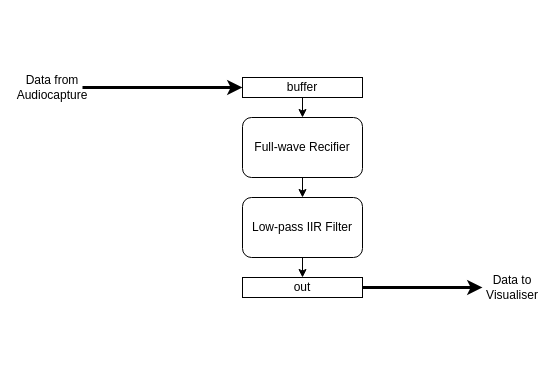
The draw.io diagram assets/Data Flow.drawio in rt5-tp/envelope_following, before the edit. Source tidied: cells renumbered, new cells numbered last; positions are measured from the earlier drawing's top-left corner, leaving out a move shared by most shapes. Both pictures are drawn from the tidied source at 100%, with x=0, y=0 at pixel (22, 72).
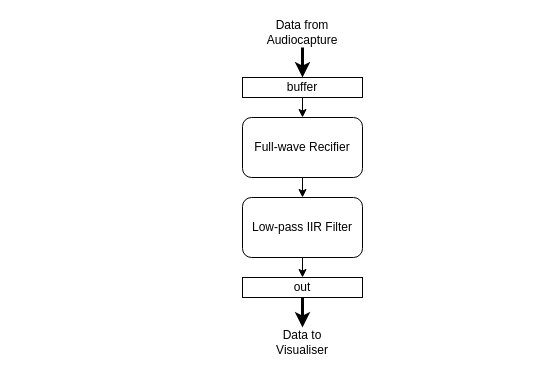
The same diagram, later.

Commit message:
Vertical Data Flow iagram

Diff of the diagram source:
```diff
@@
 <mxGraphModel>
   <root>
     <mxCell id="0" />
     <mxCell id="1" parent="0" />
     <mxCell id="2" style="edgeStyle=orthogonalEdgeStyle;rounded=0;jettySize=auto;html=1;exitX=0.5;exitY=1;exitDx=0;exitDy=0;entryX=0.5;entryY=0;entryDx=0;entryDy=0;" parent="1" edge="1" source="3" target="7">
       <mxGeometry relative="1" as="geometry" />
     </mxCell>
     <mxCell id="3" value="buffer" style="rounded=0;whiteSpace=wrap;html=1;" parent="1" vertex="1">
       <mxGeometry x="220" y="5" width="120" height="20" as="geometry" />
     </mxCell>
-    <mxCell id="4" style="edgeStyle=orthogonalEdgeStyle;rounded=0;jettySize=auto;html=1;exitX=1;exitY=0.5;exitDx=0;exitDy=0;entryX=0;entryY=0.5;entryDx=0;entryDy=0;strokeWidth=3;" parent="1" edge="1" source="5" target="3">
-      <mxGeometry relative="1" as="geometry" />
+    <mxCell id="4" style="edgeStyle=orthogonalEdgeStyle;rounded=0;jettySize=auto;html=1;exitX=0.5;exitY=1;exitDx=0;exitDy=0;strokeWidth=3;" parent="1" edge="1" source="5">
+      <mxGeometry relative="1" as="geometry">
+        <mxPoint x="280" y="5" as="targetPoint" />
+      </mxGeometry>
     </mxCell>
     <mxCell id="5" value="Data from Audiocapture" style="text;html=1;strokeColor=none;fillColor=none;align=center;verticalAlign=middle;whiteSpace=wrap;rounded=0;" parent="1" vertex="1">
-      <mxGeometry width="60" height="30" as="geometry" />
+      <mxGeometry x="250" y="-55" width="60" height="30" as="geometry" />
     </mxCell>
     <mxCell id="6" style="edgeStyle=orthogonalEdgeStyle;rounded=0;jettySize=auto;html=1;exitX=0.5;exitY=1;exitDx=0;exitDy=0;entryX=0.5;entryY=0;entryDx=0;entryDy=0;" parent="1" edge="1" source="7" target="9">
       <mxGeometry relative="1" as="geometry" />
     </mxCell>
     <mxCell id="7" value="Full-wave Recifier" style="rounded=1;whiteSpace=wrap;html=1;" parent="1" vertex="1">
       <mxGeometry x="220" y="45" width="120" height="60" as="geometry" />
     </mxCell>
     <mxCell id="8" style="edgeStyle=orthogonalEdgeStyle;rounded=0;jettySize=auto;html=1;exitX=0.5;exitY=1;exitDx=0;exitDy=0;entryX=0.5;entryY=0;entryDx=0;entryDy=0;" parent="1" edge="1" source="9" target="11">
       <mxGeometry relative="1" as="geometry" />
     </mxCell>
     <mxCell id="9" value="Low-pass IIR Filter" style="rounded=1;whiteSpace=wrap;html=1;" parent="1" vertex="1">
       <mxGeometry x="220" y="125" width="120" height="60" as="geometry" />
     </mxCell>
-    <mxCell id="10" style="edgeStyle=orthogonalEdgeStyle;rounded=0;jettySize=auto;html=1;exitX=1;exitY=0.5;exitDx=0;exitDy=0;entryX=0;entryY=0.5;entryDx=0;entryDy=0;strokeWidth=3;" parent="1" edge="1" source="11" target="12">
+    <mxCell id="10" style="edgeStyle=orthogonalEdgeStyle;rounded=0;jettySize=auto;html=1;exitX=0.5;exitY=1;exitDx=0;exitDy=0;entryX=0.5;entryY=0;entryDx=0;entryDy=0;strokeWidth=3;" parent="1" edge="1" source="11" target="12">
       <mxGeometry relative="1" as="geometry" />
     </mxCell>
     <mxCell id="11" value="out" style="rounded=0;whiteSpace=wrap;html=1;" parent="1" vertex="1">
       <mxGeometry x="220" y="205" width="120" height="20" as="geometry" />
     </mxCell>
     <mxCell id="12" value="Data to Visualiser" style="text;html=1;strokeColor=none;fillColor=none;align=center;verticalAlign=middle;whiteSpace=wrap;rounded=0;" parent="1" vertex="1">
-      <mxGeometry x="460" y="200" width="60" height="30" as="geometry" />
+      <mxGeometry x="250" y="255" width="60" height="30" as="geometry" />
     </mxCell>
   </root>
 </mxGraphModel>
```
